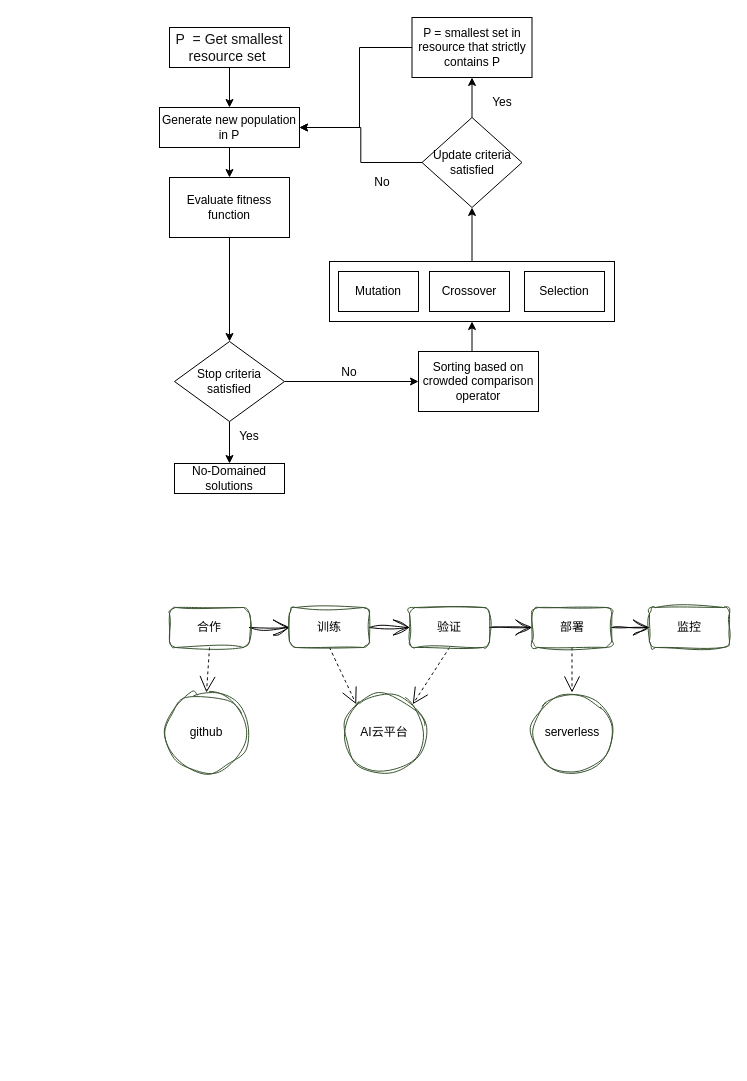
lihuahua123/studyFiles keeps this draw.io diagram as 未命名绘图.drawio. Above is the earlier version. Source tidied: cells renumbered, new cells numbered last; positions are measured from the earlier drawing's top-left corner, leaving out a move shared by most shapes. Both pictures are drawn from the tidied source at 100%, with x=0, y=0 at pixel (159, 17).
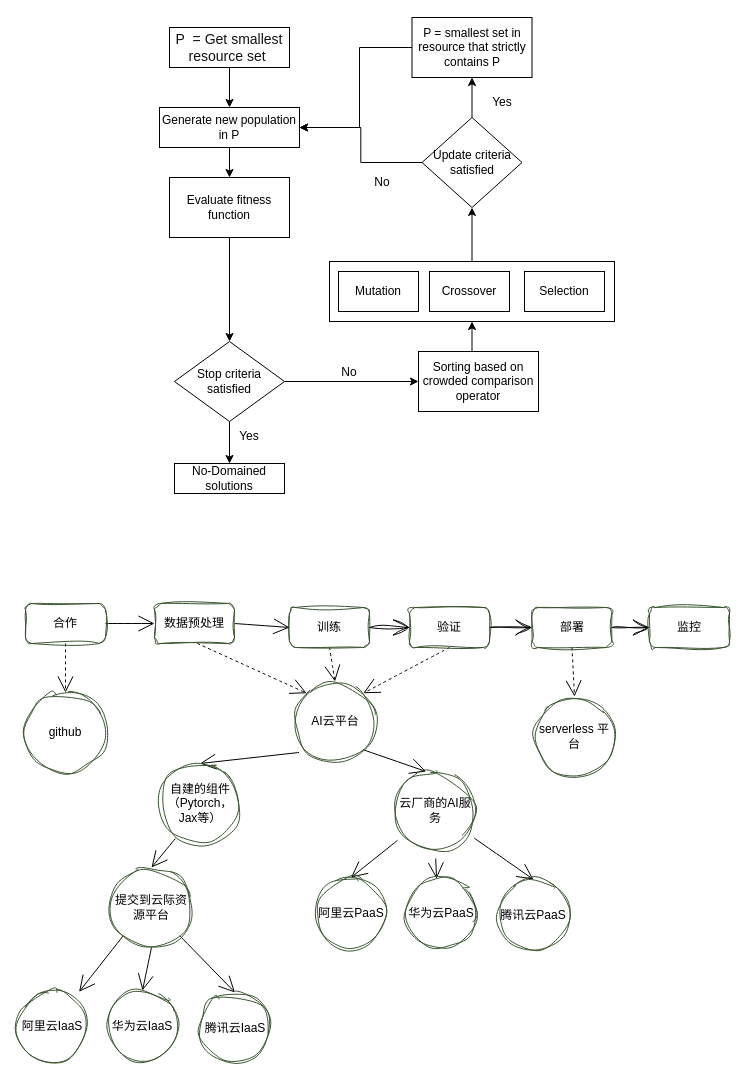
The same diagram, later.

Commit message:
更新未命名绘图.drawio

The change refers to these unchanged cells:
```xml
<mxCell id="36" value="训练" style="rounded=1;whiteSpace=wrap;html=1;labelBackgroundColor=none;labelBorderColor=none;sketch=1;curveFitting=1;jiggle=2;shadow=0;glass=0;fillColor=none;fontColor=default;strokeColor=#3A5431;" parent="1" vertex="1">
  <mxGeometry x="130" y="590" width="80" height="40" as="geometry" />
</mxCell>
```

The edit, as a diff of the source:
```diff
@@
-    <mxCell id="31" style="edgeStyle=none;rounded=1;jettySize=auto;html=1;entryX=0;entryY=0.5;entryDx=0;entryDy=0;fontColor=default;endArrow=open;startSize=14;endSize=14;sourcePerimeterSpacing=8;targetPerimeterSpacing=8;exitX=1;exitY=0.5;exitDx=0;exitDy=0;sketch=1;curveFitting=1;jiggle=2;" parent="1" edge="1" source="33" target="36">
-      <mxGeometry relative="1" as="geometry" />
-    </mxCell>
@@
+    <mxCell id="47" style="edgeStyle=none;curved=1;rounded=0;jettySize=auto;html=1;exitX=1;exitY=0.5;exitDx=0;exitDy=0;entryX=0;entryY=0.5;entryDx=0;entryDy=0;endArrow=open;startSize=14;endSize=14;sourcePerimeterSpacing=8;targetPerimeterSpacing=8;" parent="1" edge="1" source="33" target="67">
+      <mxGeometry relative="1" as="geometry" />
+    </mxCell>
     <mxCell id="33" value="&lt;font&gt;合作&lt;/font&gt;" style="rounded=1;whiteSpace=wrap;html=1;labelBackgroundColor=none;labelBorderColor=none;sketch=1;curveFitting=1;jiggle=2;shadow=0;glass=0;fillColor=none;fontColor=default;strokeColor=#3A5431;" parent="1" vertex="1">
-      <mxGeometry x="10" y="590" width="80" height="40" as="geometry" />
+      <mxGeometry x="-134" y="586" width="80" height="40" as="geometry" />
     </mxCell>
@@
-    <mxCell id="35" style="edgeStyle=none;curved=1;rounded=0;jettySize=auto;html=1;endArrow=open;startSize=14;endSize=14;sourcePerimeterSpacing=8;targetPerimeterSpacing=8;exitX=0.5;exitY=1;exitDx=0;exitDy=0;entryX=0;entryY=0;entryDx=0;entryDy=0;dashed=1;" parent="1" edge="1" source="36" target="45">
+    <mxCell id="35" style="edgeStyle=none;curved=1;rounded=0;jettySize=auto;html=1;endArrow=open;startSize=14;endSize=14;sourcePerimeterSpacing=8;targetPerimeterSpacing=8;exitX=0.5;exitY=1;exitDx=0;exitDy=0;entryX=0.5;entryY=0;entryDx=0;entryDy=0;dashed=1;" parent="1" edge="1" source="36" target="45">
       <mxGeometry relative="1" as="geometry" />
     </mxCell>
@@
-    <mxCell id="44" value="serverless" style="ellipse;whiteSpace=wrap;html=1;fillColor=none;strokeColor=#3A5431;rounded=1;labelBackgroundColor=none;labelBorderColor=none;sketch=1;curveFitting=1;jiggle=2;shadow=0;glass=0;" parent="1" vertex="1">
-      <mxGeometry x="372.5" y="675" width="80" height="80" as="geometry" />
+    <mxCell id="44" value="serverless 平台" style="ellipse;whiteSpace=wrap;html=1;fillColor=none;strokeColor=#3A5431;rounded=1;labelBackgroundColor=none;labelBorderColor=none;sketch=1;curveFitting=1;jiggle=2;shadow=0;glass=0;" parent="1" vertex="1">
+      <mxGeometry x="375" y="679" width="80" height="80" as="geometry" />
     </mxCell>
+    <mxCell id="48" style="edgeStyle=none;curved=1;rounded=0;jettySize=auto;html=1;entryX=0.5;entryY=0;entryDx=0;entryDy=0;endArrow=open;startSize=14;endSize=14;sourcePerimeterSpacing=8;targetPerimeterSpacing=8;" parent="1" edge="1" target="51">
+      <mxGeometry relative="1" as="geometry">
+        <mxPoint x="139.5" y="735" as="sourcePoint" />
+      </mxGeometry>
+    </mxCell>
+    <mxCell id="49" style="edgeStyle=none;curved=1;rounded=0;jettySize=auto;html=1;exitX=1;exitY=1;exitDx=0;exitDy=0;endArrow=open;startSize=14;endSize=14;sourcePerimeterSpacing=8;targetPerimeterSpacing=8;entryX=0.39;entryY=0.013;entryDx=0;entryDy=0;entryPerimeter=0;" parent="1" edge="1" source="45" target="55">
+      <mxGeometry relative="1" as="geometry" />
+    </mxCell>
     <mxCell id="45" value="AI云平台" style="ellipse;whiteSpace=wrap;html=1;fillColor=none;strokeColor=#3A5431;rounded=1;labelBackgroundColor=none;labelBorderColor=none;sketch=1;curveFitting=1;jiggle=2;shadow=0;glass=0;" parent="1" vertex="1">
-      <mxGeometry x="185" y="675" width="80" height="80" as="geometry" />
+      <mxGeometry x="135.5" y="664" width="80" height="80" as="geometry" />
     </mxCell>
     <mxCell id="46" value="github" style="ellipse;whiteSpace=wrap;html=1;fillColor=none;strokeColor=#3A5431;rounded=1;labelBackgroundColor=none;labelBorderColor=none;sketch=1;curveFitting=1;jiggle=2;shadow=0;glass=0;" parent="1" vertex="1">
-      <mxGeometry x="7" y="675" width="80" height="80" as="geometry" />
+      <mxGeometry x="-134" y="675" width="80" height="80" as="geometry" />
     </mxCell>
+    <mxCell id="50" style="edgeStyle=none;curved=1;rounded=0;jettySize=auto;html=1;entryX=0.5;entryY=0;entryDx=0;entryDy=0;endArrow=open;startSize=14;endSize=14;sourcePerimeterSpacing=8;targetPerimeterSpacing=8;exitX=0.192;exitY=0.938;exitDx=0;exitDy=0;exitPerimeter=0;" parent="1" edge="1" source="51" target="59">
+      <mxGeometry relative="1" as="geometry" />
+    </mxCell>
+    <mxCell id="51" value="自建的组件&lt;br&gt;（Pytorch，Jax等）" style="ellipse;whiteSpace=wrap;html=1;fillColor=none;strokeColor=#3A5431;rounded=1;labelBackgroundColor=none;labelBorderColor=none;sketch=1;curveFitting=1;jiggle=2;shadow=0;glass=0;" parent="1" vertex="1">
+      <mxGeometry x="0.5" y="746" width="80" height="80" as="geometry" />
+    </mxCell>
+    <mxCell id="52" style="edgeStyle=none;curved=1;rounded=0;jettySize=auto;html=1;entryX=0.5;entryY=0;entryDx=0;entryDy=0;endArrow=open;startSize=14;endSize=14;sourcePerimeterSpacing=8;targetPerimeterSpacing=8;" parent="1" edge="1" source="55" target="63">
+      <mxGeometry relative="1" as="geometry" />
+    </mxCell>
+    <mxCell id="53" style="edgeStyle=none;curved=1;rounded=0;jettySize=auto;html=1;entryX=0.437;entryY=0.017;entryDx=0;entryDy=0;entryPerimeter=0;endArrow=open;startSize=14;endSize=14;sourcePerimeterSpacing=8;targetPerimeterSpacing=8;" parent="1" edge="1" source="55" target="64">
+      <mxGeometry relative="1" as="geometry" />
+    </mxCell>
+    <mxCell id="54" style="edgeStyle=none;curved=1;rounded=0;jettySize=auto;html=1;entryX=0.5;entryY=0;entryDx=0;entryDy=0;endArrow=open;startSize=14;endSize=14;sourcePerimeterSpacing=8;targetPerimeterSpacing=8;" parent="1" edge="1" source="55" target="65">
+      <mxGeometry relative="1" as="geometry" />
+    </mxCell>
+    <mxCell id="55" value="云厂商的AI服务" style="ellipse;whiteSpace=wrap;html=1;fillColor=none;strokeColor=#3A5431;rounded=1;labelBackgroundColor=none;labelBorderColor=none;sketch=1;curveFitting=1;jiggle=2;shadow=0;glass=0;" parent="1" vertex="1">
+      <mxGeometry x="235.5" y="753" width="80" height="80" as="geometry" />
+    </mxCell>
+    <mxCell id="56" style="edgeStyle=none;curved=1;rounded=0;jettySize=auto;html=1;exitX=0;exitY=1;exitDx=0;exitDy=0;endArrow=open;startSize=14;endSize=14;sourcePerimeterSpacing=8;targetPerimeterSpacing=8;" parent="1" edge="1" source="59" target="60">
+      <mxGeometry relative="1" as="geometry" />
+    </mxCell>
+    <mxCell id="57" style="edgeStyle=none;curved=1;rounded=0;jettySize=auto;html=1;exitX=0.5;exitY=1;exitDx=0;exitDy=0;entryX=0.5;entryY=0;entryDx=0;entryDy=0;endArrow=open;startSize=14;endSize=14;sourcePerimeterSpacing=8;targetPerimeterSpacing=8;" parent="1" edge="1" source="59" target="61">
+      <mxGeometry relative="1" as="geometry" />
+    </mxCell>
+    <mxCell id="58" style="edgeStyle=none;curved=1;rounded=0;jettySize=auto;html=1;exitX=1;exitY=1;exitDx=0;exitDy=0;entryX=0.5;entryY=0;entryDx=0;entryDy=0;endArrow=open;startSize=14;endSize=14;sourcePerimeterSpacing=8;targetPerimeterSpacing=8;" parent="1" edge="1" source="59" target="62">
+      <mxGeometry relative="1" as="geometry" />
+    </mxCell>
+    <mxCell id="59" value="提交到云际资源平台" style="ellipse;whiteSpace=wrap;html=1;fillColor=none;strokeColor=#3A5431;rounded=1;labelBackgroundColor=none;labelBorderColor=none;sketch=1;curveFitting=1;jiggle=2;shadow=0;glass=0;" parent="1" vertex="1">
+      <mxGeometry x="-48" y="850" width="80" height="80" as="geometry" />
+    </mxCell>
+    <mxCell id="60" value="阿里云IaaS" style="ellipse;whiteSpace=wrap;html=1;fillColor=none;strokeColor=#3A5431;rounded=1;labelBackgroundColor=none;labelBorderColor=none;sketch=1;curveFitting=1;jiggle=2;shadow=0;glass=0;" parent="1" vertex="1">
+      <mxGeometry x="-142" y="973" width="70" height="71" as="geometry" />
+    </mxCell>
+    <mxCell id="61" value="华为云IaaS" style="ellipse;whiteSpace=wrap;html=1;fillColor=none;strokeColor=#3A5431;rounded=1;labelBackgroundColor=none;labelBorderColor=none;sketch=1;curveFitting=1;jiggle=2;shadow=0;glass=0;" parent="1" vertex="1">
+      <mxGeometry x="-52" y="973" width="70" height="71" as="geometry" />
+    </mxCell>
+    <mxCell id="62" value="腾讯云IaaS" style="ellipse;whiteSpace=wrap;html=1;fillColor=none;strokeColor=#3A5431;rounded=1;labelBackgroundColor=none;labelBorderColor=none;sketch=1;curveFitting=1;jiggle=2;shadow=0;glass=0;" parent="1" vertex="1">
+      <mxGeometry x="40.5" y="975" width="70" height="71" as="geometry" />
+    </mxCell>
+    <mxCell id="63" value="阿里云PaaS" style="ellipse;whiteSpace=wrap;html=1;fillColor=none;strokeColor=#3A5431;rounded=1;labelBackgroundColor=none;labelBorderColor=none;sketch=1;curveFitting=1;jiggle=2;shadow=0;glass=0;" parent="1" vertex="1">
+      <mxGeometry x="156.5" y="860" width="70" height="71" as="geometry" />
+    </mxCell>
+    <mxCell id="64" value="华为云PaaS" style="ellipse;whiteSpace=wrap;html=1;fillColor=none;strokeColor=#3A5431;rounded=1;labelBackgroundColor=none;labelBorderColor=none;sketch=1;curveFitting=1;jiggle=2;shadow=0;glass=0;" parent="1" vertex="1">
+      <mxGeometry x="246.5" y="860" width="70" height="71" as="geometry" />
+    </mxCell>
+    <mxCell id="65" value="腾讯云PaaS" style="ellipse;whiteSpace=wrap;html=1;fillColor=none;strokeColor=#3A5431;rounded=1;labelBackgroundColor=none;labelBorderColor=none;sketch=1;curveFitting=1;jiggle=2;shadow=0;glass=0;" parent="1" vertex="1">
+      <mxGeometry x="339" y="862" width="70" height="71" as="geometry" />
+    </mxCell>
+    <mxCell id="66" style="edgeStyle=none;curved=1;rounded=0;jettySize=auto;html=1;exitX=1;exitY=0.5;exitDx=0;exitDy=0;entryX=0;entryY=0.5;entryDx=0;entryDy=0;endArrow=open;startSize=14;endSize=14;sourcePerimeterSpacing=8;targetPerimeterSpacing=8;" parent="1" edge="1" source="67" target="36">
+      <mxGeometry relative="1" as="geometry" />
+    </mxCell>
+    <mxCell id="67" value="数据预处理" style="rounded=1;whiteSpace=wrap;html=1;labelBackgroundColor=none;labelBorderColor=none;sketch=1;curveFitting=1;jiggle=2;shadow=0;glass=0;fillColor=none;fontColor=default;strokeColor=#3A5431;" parent="1" vertex="1">
+      <mxGeometry x="-5" y="586" width="80" height="40" as="geometry" />
+    </mxCell>
+    <mxCell id="68" style="edgeStyle=none;curved=1;rounded=0;jettySize=auto;html=1;endArrow=open;startSize=14;endSize=14;sourcePerimeterSpacing=8;targetPerimeterSpacing=8;exitX=0.5;exitY=1;exitDx=0;exitDy=0;entryX=0;entryY=0;entryDx=0;entryDy=0;dashed=1;" parent="1" edge="1" target="45">
+      <mxGeometry relative="1" as="geometry">
+        <mxPoint x="38" y="626" as="sourcePoint" />
+      </mxGeometry>
+    </mxCell>
```
